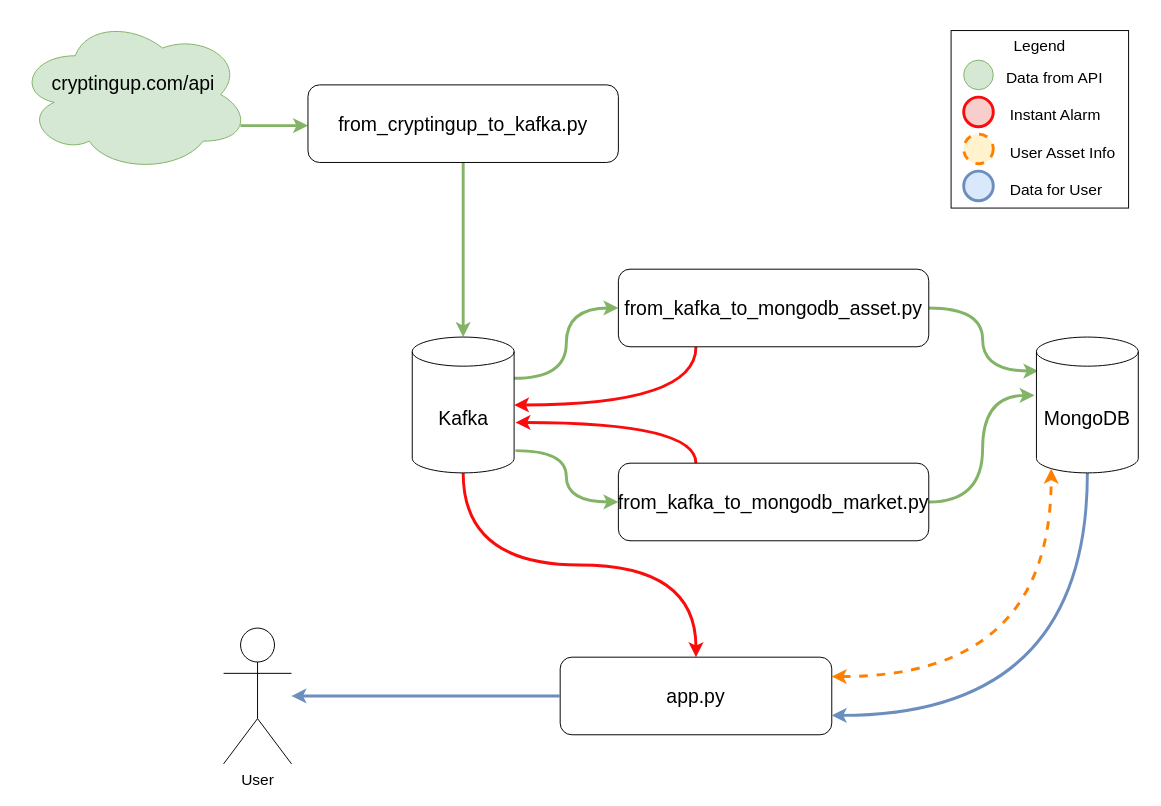
Before: design.drawio in mbdemirkan/bigDataProject, a draw.io diagram. Source tidied: cells renumbered, new cells numbered last; positions are measured from the earlier drawing's top-left corner, leaving out a move shared by most shapes. Both pictures are drawn from the tidied source at 97%, with x=0, y=0 at pixel (16, 16).
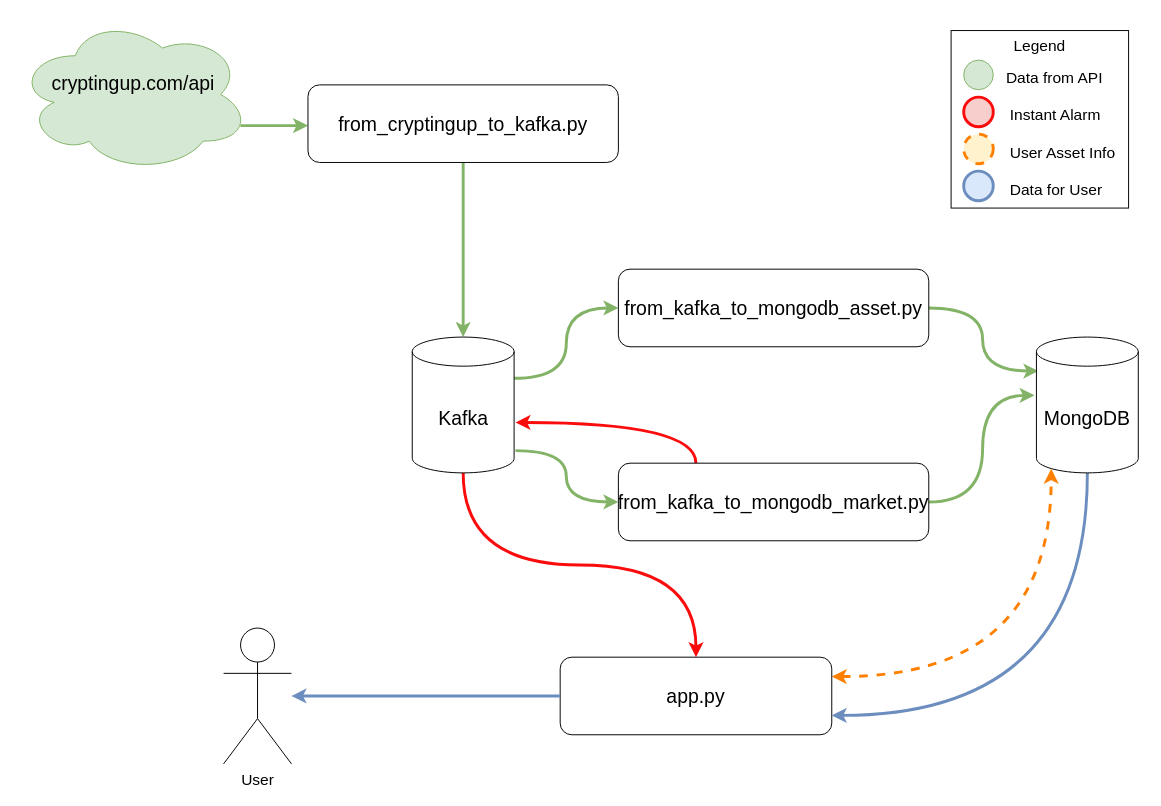
The same page after the edit.

The change refers to these unchanged cells:
```xml
<mxCell id="9" value="Kafka" style="shape=cylinder3;whiteSpace=wrap;html=1;boundedLbl=1;backgroundOutline=1;size=15;fontSize=20;" parent="1" vertex="1">
  <mxGeometry x="407.5" y="330" width="105" height="140" as="geometry" />
</mxCell>
<mxCell id="12" value="from_kafka_to_mongodb_asset.py" style="rounded=1;whiteSpace=wrap;html=1;fontSize=20;" parent="1" vertex="1">
  <mxGeometry x="620" y="260" width="320" height="80" as="geometry" />
</mxCell>
```

What changed in the source:
```diff
@@
-    <mxCell id="10" style="edgeStyle=orthogonalEdgeStyle;curved=1;rounded=0;jettySize=auto;html=1;fontSize=20;strokeWidth=3;exitX=0.25;exitY=1;exitDx=0;exitDy=0;fillColor=#f8cecc;strokeColor=#FA0C0C;" parent="1" edge="1" source="12" target="9">
-      <mxGeometry relative="1" as="geometry" />
-    </mxCell>
```
